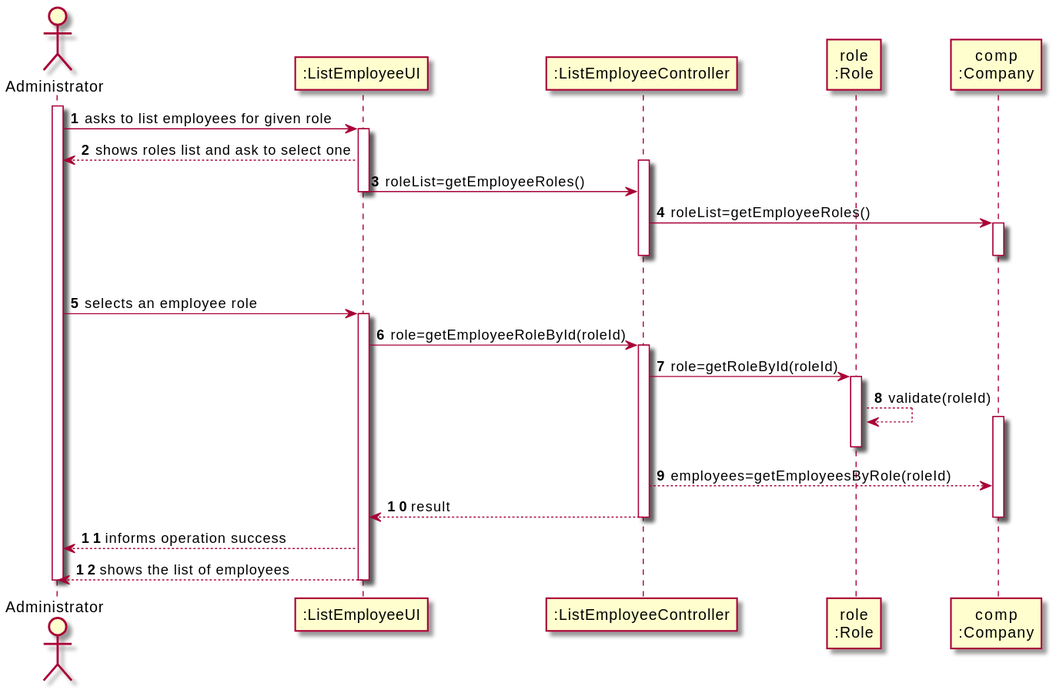
This is docs/SprintB/US11/SD/US11_SD.svg from miseEnPlace-i/lapr2, a PlantUML export, as it was before one commit.
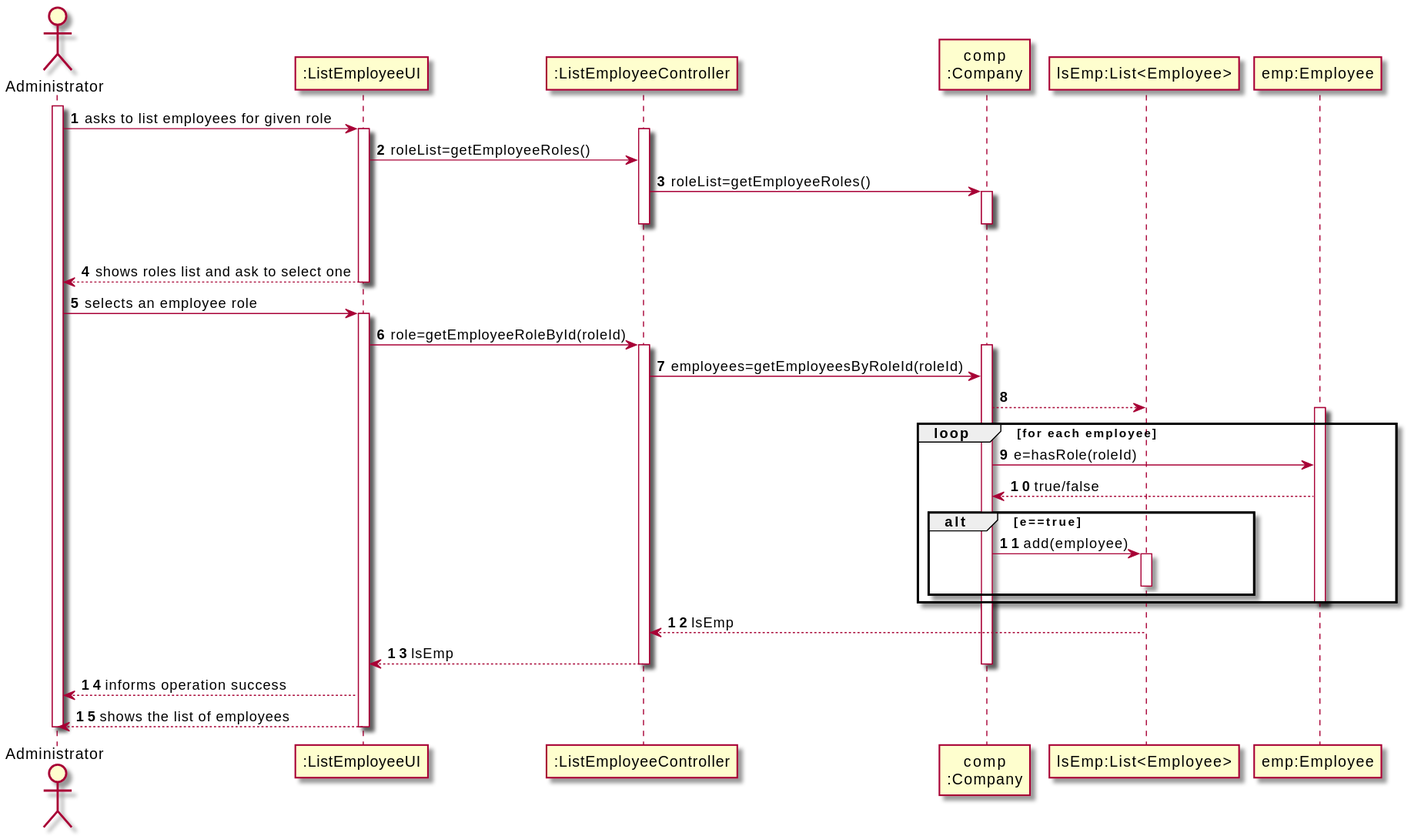
The same diagram one commit later.

What changed in the source:
```diff
@@ -4,16 +4,15 @@
 
 participant ":ListEmployeeUI" as UI
 participant ":ListEmployeeController" as CTRL
-participant "role\n:Role" as ROLE
 participant "comp\n:Company" as COMP
+participant "lsEmp:List<Employee>" as LST
+participant "emp:Employee" as EMP
 
 activate ADM
 ADM -> UI : asks to list employees for given role
 activate UI
-UI --> ADM : shows roles list and ask to select one
 activate CTRL
 UI -> CTRL : roleList=getEmployeeRoles()
-deactivate UI
 
 CTRL -> COMP : roleList=getEmployeeRoles()
 activate COMP
@@ -21,21 +20,33 @@
 deactivate COMP
 deactivate CTRL
 
+UI --> ADM : shows roles list and ask to select one
+deactivate UI
+
 ADM -> UI : selects an employee role
 activate UI
 
 UI -> CTRL : role=getEmployeeRoleById(roleId)
 activate CTRL
 
-CTRL -> ROLE: role=getRoleById(roleId)
-activate ROLE
+activate COMP
+CTRL -> COMP: employees=getEmployeesByRoleId(roleId)
+COMP --> LST
 
-ROLE --> ROLE: validate(roleId)
-activate COMP
-deactivate ROLE
-CTRL --> COMP: employees=getEmployeesByRole(roleId)
+loop for each employee
+  activate EMP
+    COMP -> EMP: e=hasRole(roleId)
+    EMP --> COMP: true/false
+    alt e==true
+        COMP -> LST: add(employee)
+      activate LST
+      deactivate LST
+    end
+  deactivate EMP
+end
 
-CTRL --> UI: result
+LST --> CTRL: lsEmp
+CTRL --> UI: lsEmp
 
 deactivate COMP
 deactivate CTRL
@@ -43,7 +54,6 @@
 UI --> ADM: shows the list of employees
 deactivate UI
 
-
 deactivate UI
 deactivate CTRL
 deactivate ADM
```
